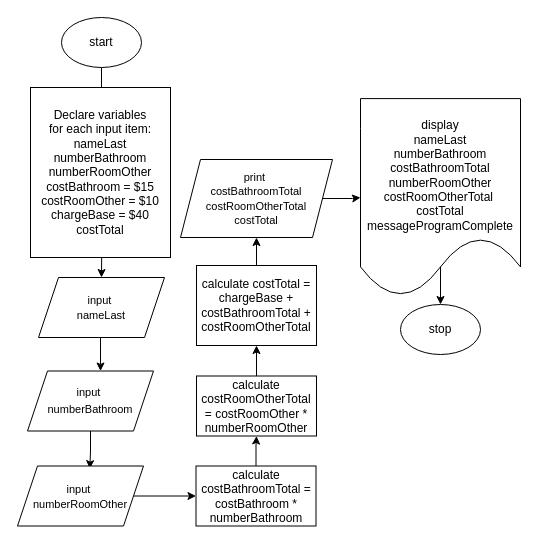
Above: page "M2 A2-1" (4 of 5) of SDEV120.drawio in alo77/SDEV120 (draw.io), before the change. Source tidied: cells renumbered, new cells numbered last; positions are measured from the earlier drawing's top-left corner, leaving out a move shared by most shapes. Both pictures are drawn from the tidied source at 100%, with x=0, y=0 at pixel (17, 17).
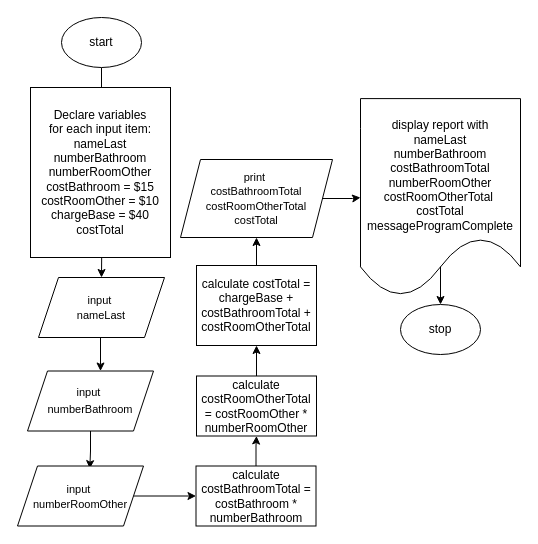
Above is the later version.

The edit, as a diff of the source:
```diff
@@
-    <mxCell id="17" value="&lt;div&gt;&lt;br&gt;&lt;/div&gt;&lt;div&gt;display&lt;/div&gt;&lt;div&gt;nameLast&lt;/div&gt;&lt;div&gt;numberBathroom&lt;/div&gt;&lt;div&gt;costBathroomTotal&lt;br&gt;&lt;/div&gt;&lt;div&gt;numberRoomOther&lt;/div&gt;&lt;div&gt;costRoomOtherTotal&amp;nbsp;&lt;br&gt;&lt;/div&gt;&lt;div&gt;costTotal&lt;/div&gt;&lt;div&gt;messageProgramComplete&lt;/div&gt;" style="shape=document;whiteSpace=wrap;html=1;boundedLbl=1;" parent="1" vertex="1">
+    <mxCell id="17" value="&lt;div&gt;&lt;br&gt;&lt;/div&gt;&lt;div&gt;display report with&lt;/div&gt;&lt;div&gt;nameLast&lt;/div&gt;&lt;div&gt;numberBathroom&lt;/div&gt;&lt;div&gt;costBathroomTotal&lt;br&gt;&lt;/div&gt;&lt;div&gt;numberRoomOther&lt;/div&gt;&lt;div&gt;costRoomOtherTotal&amp;nbsp;&lt;br&gt;&lt;/div&gt;&lt;div&gt;costTotal&lt;/div&gt;&lt;div&gt;messageProgramComplete&lt;/div&gt;" style="shape=document;whiteSpace=wrap;html=1;boundedLbl=1;" parent="1" vertex="1">
       <mxGeometry x="343" y="81.1" width="160" height="198" as="geometry" />
     </mxCell>
```
